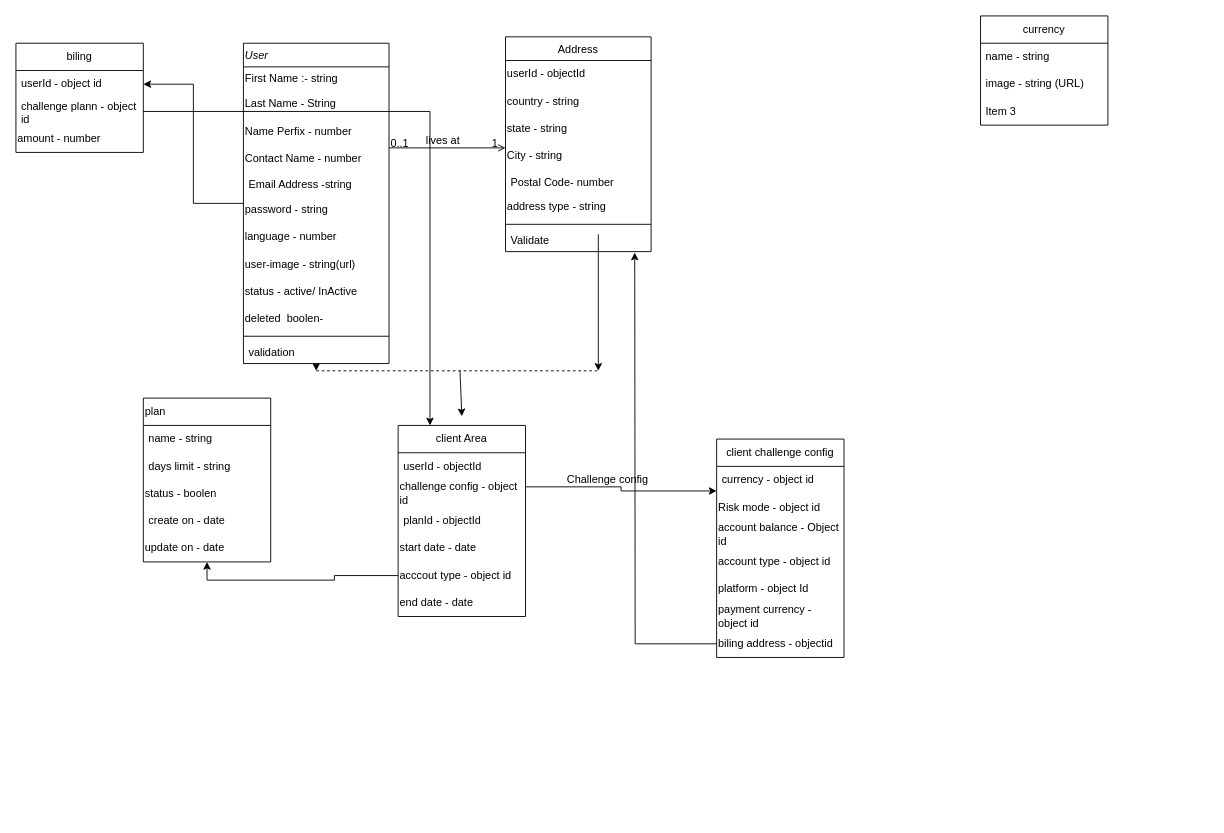
Above: Untitled Diagram.drawio in ankurram/testing1 (draw.io), before the change. Source tidied: cells renumbered, new cells numbered last; positions are measured from the earlier drawing's top-left corner, leaving out a move shared by most shapes. Both pictures are drawn from the tidied source at 91%, with x=0, y=0 at pixel (15, 15).
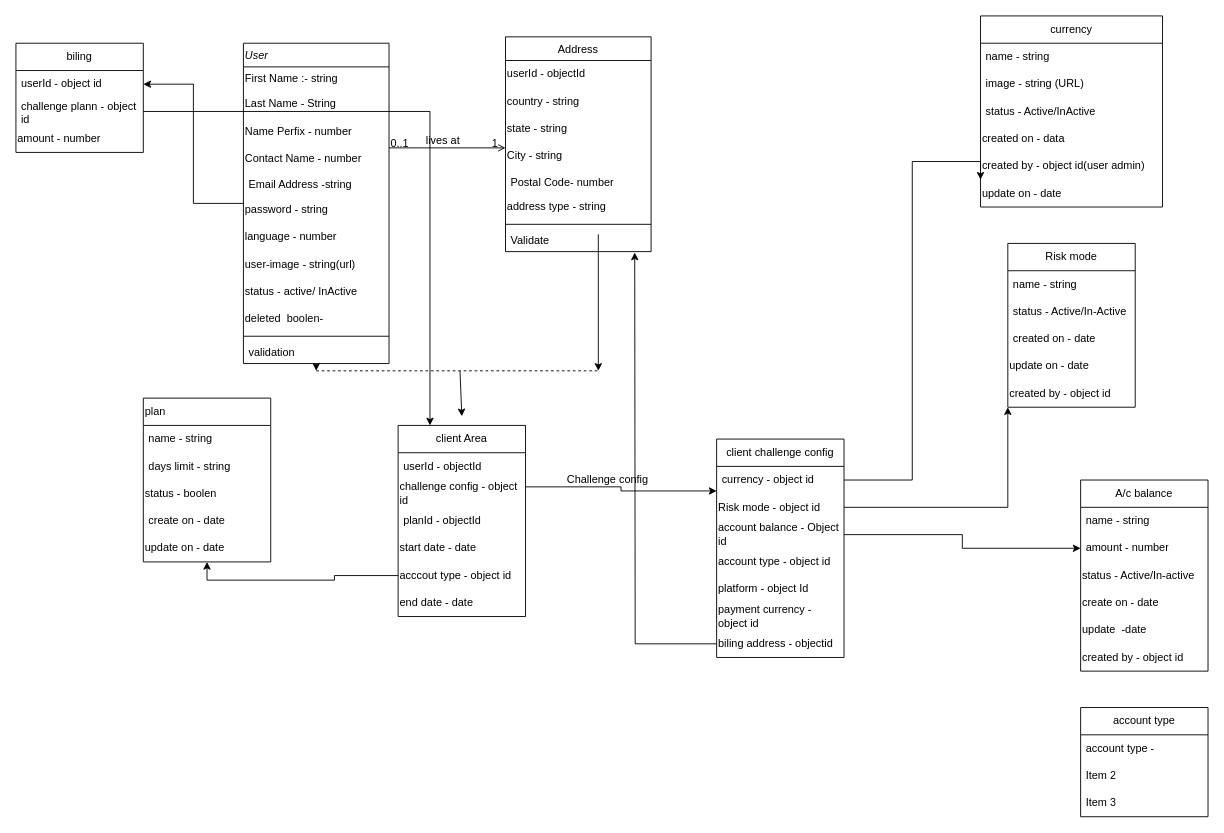
The same diagram, later.

Unchanged cells that the change refers to:
```xml
<mxCell id="42" value="client challenge config" style="swimlane;fontStyle=0;horizontal=1;startSize=30;whiteSpace=wrap;html=1;" parent="1" vertex="1">
  <mxGeometry x="770" y="465" width="140" height="240" as="geometry" />
</mxCell>
<mxCell id="43" value="currency - object id" style="text;strokeColor=none;fillColor=none;align=left;verticalAlign=middle;spacingLeft=4;spacingRight=4;overflow=hidden;points=[[0,0.5],[1,0.5]];portConstraint=eastwest;whiteSpace=wrap;html=1;" parent="42" vertex="1">
  <mxGeometry y="30" width="140" height="30" as="geometry" />
</mxCell>
<mxCell id="45" value="account balance - Object id" style="text;html=1;strokeColor=none;fillColor=none;align=left;verticalAlign=middle;whiteSpace=wrap;rounded=0;" parent="42" vertex="1">
  <mxGeometry y="90" width="140" height="30" as="geometry" />
</mxCell>
```

What changed in the source:
```diff
@@
-    <mxCell id="44" value="Risk mode - object id" style="text;html=1;strokeColor=none;fillColor=none;align=left;verticalAlign=middle;whiteSpace=wrap;rounded=0;" parent="42" vertex="1">
+    <mxCell id="44" value="Risk mode - object id" style="text;html=1;strokeColor=none;fillColor=none;align=left;verticalAlign=middle;whiteSpace=wrap;rounded=0;labelBackgroundColor=none;labelBorderColor=none;" parent="42" vertex="1">
       <mxGeometry y="60" width="140" height="30" as="geometry" />
     </mxCell>
@@
     <mxCell id="63" value="currency" style="swimlane;fontStyle=0;horizontal=1;startSize=30;whiteSpace=wrap;html=1;" parent="1" vertex="1">
-      <mxGeometry x="1060" width="140" height="120" as="geometry" />
+      <mxGeometry x="1060" width="200" height="210" as="geometry" />
     </mxCell>
     <mxCell id="64" value="name - string" style="text;strokeColor=none;fillColor=none;align=left;verticalAlign=middle;spacingLeft=4;spacingRight=4;overflow=hidden;whiteSpace=wrap;html=1;" parent="63" vertex="1">
-      <mxGeometry y="30" width="140" height="30" as="geometry" />
+      <mxGeometry y="30" width="200" height="30" as="geometry" />
     </mxCell>
     <mxCell id="65" value="image - string (URL)" style="text;strokeColor=none;fillColor=none;align=left;verticalAlign=middle;spacingLeft=4;spacingRight=4;overflow=hidden;whiteSpace=wrap;html=1;" parent="63" vertex="1">
-      <mxGeometry y="60" width="140" height="30" as="geometry" />
+      <mxGeometry y="60" width="200" height="30" as="geometry" />
     </mxCell>
-    <mxCell id="66" value="Item 3" style="text;strokeColor=none;fillColor=none;align=left;verticalAlign=middle;spacingLeft=4;spacingRight=4;overflow=hidden;whiteSpace=wrap;html=1;" parent="63" vertex="1">
-      <mxGeometry y="90" width="140" height="30" as="geometry" />
+    <mxCell id="66" value="status - Active/InActive" style="text;strokeColor=none;fillColor=none;align=left;verticalAlign=middle;spacingLeft=4;spacingRight=4;overflow=hidden;whiteSpace=wrap;html=1;" parent="63" vertex="1">
+      <mxGeometry y="90" width="200" height="30" as="geometry" />
     </mxCell>
+    <mxCell id="67" value="created on - data" style="text;html=1;strokeColor=none;fillColor=none;align=left;verticalAlign=middle;whiteSpace=wrap;rounded=0;" parent="63" vertex="1">
+      <mxGeometry y="120" width="200" height="30" as="geometry" />
+    </mxCell>
+    <mxCell id="68" value="created by - object id(user admin)" style="text;html=1;strokeColor=none;fillColor=none;align=left;verticalAlign=middle;whiteSpace=wrap;rounded=0;" parent="63" vertex="1">
+      <mxGeometry y="150" width="200" height="30" as="geometry" />
+    </mxCell>
+    <mxCell id="69" value="update on - date" style="text;html=1;strokeColor=none;fillColor=none;align=left;verticalAlign=middle;whiteSpace=wrap;rounded=0;" parent="63" vertex="1">
+      <mxGeometry y="180" width="200" height="30" as="geometry" />
+    </mxCell>
+    <mxCell id="70" style="edgeStyle=orthogonalEdgeStyle;rounded=0;jettySize=auto;html=1;entryX=0;entryY=0;entryDx=0;entryDy=0;" parent="1" edge="1" source="43" target="69">
+      <mxGeometry relative="1" as="geometry" />
+    </mxCell>
+    <mxCell id="71" value="Risk mode" style="swimlane;fontStyle=0;horizontal=1;startSize=30;whiteSpace=wrap;html=1;" parent="1" vertex="1">
+      <mxGeometry x="1090" y="250" width="140" height="180" as="geometry" />
+    </mxCell>
+    <mxCell id="72" value="name - string" style="text;strokeColor=none;fillColor=none;align=left;verticalAlign=middle;spacingLeft=4;spacingRight=4;overflow=hidden;whiteSpace=wrap;html=1;" parent="71" vertex="1">
+      <mxGeometry y="30" width="140" height="30" as="geometry" />
+    </mxCell>
+    <mxCell id="73" value="status - Active/In-Active" style="text;strokeColor=none;fillColor=none;align=left;verticalAlign=middle;spacingLeft=4;spacingRight=4;overflow=hidden;whiteSpace=wrap;html=1;" parent="71" vertex="1">
+      <mxGeometry y="60" width="140" height="30" as="geometry" />
+    </mxCell>
+    <mxCell id="74" value="created on - date" style="text;strokeColor=none;fillColor=none;align=left;verticalAlign=middle;spacingLeft=4;spacingRight=4;overflow=hidden;whiteSpace=wrap;html=1;" parent="71" vertex="1">
+      <mxGeometry y="90" width="140" height="30" as="geometry" />
+    </mxCell>
+    <mxCell id="75" value="update on - date" style="text;html=1;strokeColor=none;fillColor=none;align=left;verticalAlign=middle;whiteSpace=wrap;rounded=0;" parent="71" vertex="1">
+      <mxGeometry y="120" width="140" height="30" as="geometry" />
+    </mxCell>
+    <mxCell id="76" value="created by - object id" style="text;html=1;strokeColor=none;fillColor=none;align=left;verticalAlign=middle;whiteSpace=wrap;rounded=0;" parent="71" vertex="1">
+      <mxGeometry y="150" width="140" height="30" as="geometry" />
+    </mxCell>
+    <mxCell id="77" style="edgeStyle=orthogonalEdgeStyle;rounded=0;jettySize=auto;html=1;entryX=0;entryY=1;entryDx=0;entryDy=0;" parent="1" edge="1" source="44" target="71">
+      <mxGeometry relative="1" as="geometry" />
+    </mxCell>
+    <mxCell id="78" value="A/c balance" style="swimlane;fontStyle=0;horizontal=1;startSize=30;whiteSpace=wrap;html=1;" parent="1" vertex="1">
+      <mxGeometry x="1170" y="510" width="140" height="210" as="geometry" />
+    </mxCell>
+    <mxCell id="79" value="name - string" style="text;strokeColor=none;fillColor=none;align=left;verticalAlign=middle;spacingLeft=4;spacingRight=4;overflow=hidden;whiteSpace=wrap;html=1;" parent="78" vertex="1">
+      <mxGeometry y="30" width="140" height="30" as="geometry" />
+    </mxCell>
+    <mxCell id="80" value="amount - number" style="text;strokeColor=none;fillColor=none;align=left;verticalAlign=middle;spacingLeft=4;spacingRight=4;overflow=hidden;points=[[0,0.5],[1,0.5]];portConstraint=eastwest;whiteSpace=wrap;html=1;" parent="78" vertex="1">
+      <mxGeometry y="60" width="140" height="30" as="geometry" />
+    </mxCell>
+    <mxCell id="81" value="status - Active/In-active" style="text;html=1;strokeColor=none;fillColor=none;align=left;verticalAlign=middle;whiteSpace=wrap;rounded=0;" parent="78" vertex="1">
+      <mxGeometry y="90" width="140" height="30" as="geometry" />
+    </mxCell>
+    <mxCell id="82" value="create on - date" style="text;html=1;strokeColor=none;fillColor=none;align=left;verticalAlign=middle;whiteSpace=wrap;rounded=0;" parent="78" vertex="1">
+      <mxGeometry y="120" width="140" height="30" as="geometry" />
+    </mxCell>
+    <mxCell id="83" value="update&amp;nbsp; -date" style="text;html=1;strokeColor=none;fillColor=none;align=left;verticalAlign=middle;whiteSpace=wrap;rounded=0;" parent="78" vertex="1">
+      <mxGeometry y="150" width="140" height="30" as="geometry" />
+    </mxCell>
+    <mxCell id="84" value="created by - object id" style="text;html=1;strokeColor=none;fillColor=none;align=left;verticalAlign=middle;whiteSpace=wrap;rounded=0;" parent="78" vertex="1">
+      <mxGeometry y="180" width="140" height="30" as="geometry" />
+    </mxCell>
+    <mxCell id="85" style="edgeStyle=orthogonalEdgeStyle;rounded=0;jettySize=auto;html=1;entryX=0;entryY=0.5;entryDx=0;entryDy=0;" parent="1" edge="1" source="45" target="80">
+      <mxGeometry relative="1" as="geometry" />
+    </mxCell>
+    <mxCell id="86" value="account type" style="swimlane;fontStyle=0;horizontal=1;startSize=30;whiteSpace=wrap;html=1;labelBackgroundColor=none;labelBorderColor=none;" parent="1" vertex="1">
+      <mxGeometry x="1170" y="760" width="140" height="120" as="geometry" />
+    </mxCell>
+    <mxCell id="87" value="account type - " style="text;strokeColor=none;fillColor=none;align=left;verticalAlign=middle;spacingLeft=4;spacingRight=4;overflow=hidden;whiteSpace=wrap;html=1;labelBackgroundColor=none;labelBorderColor=none;" parent="86" vertex="1">
+      <mxGeometry y="30" width="140" height="30" as="geometry" />
+    </mxCell>
+    <mxCell id="88" value="Item 2" style="text;strokeColor=none;fillColor=none;align=left;verticalAlign=middle;spacingLeft=4;spacingRight=4;overflow=hidden;whiteSpace=wrap;html=1;labelBackgroundColor=none;labelBorderColor=none;" parent="86" vertex="1">
+      <mxGeometry y="60" width="140" height="30" as="geometry" />
+    </mxCell>
+    <mxCell id="89" value="Item 3" style="text;strokeColor=none;fillColor=none;align=left;verticalAlign=middle;spacingLeft=4;spacingRight=4;overflow=hidden;whiteSpace=wrap;html=1;labelBackgroundColor=none;labelBorderColor=none;" parent="86" vertex="1">
+      <mxGeometry y="90" width="140" height="30" as="geometry" />
+    </mxCell>
```
